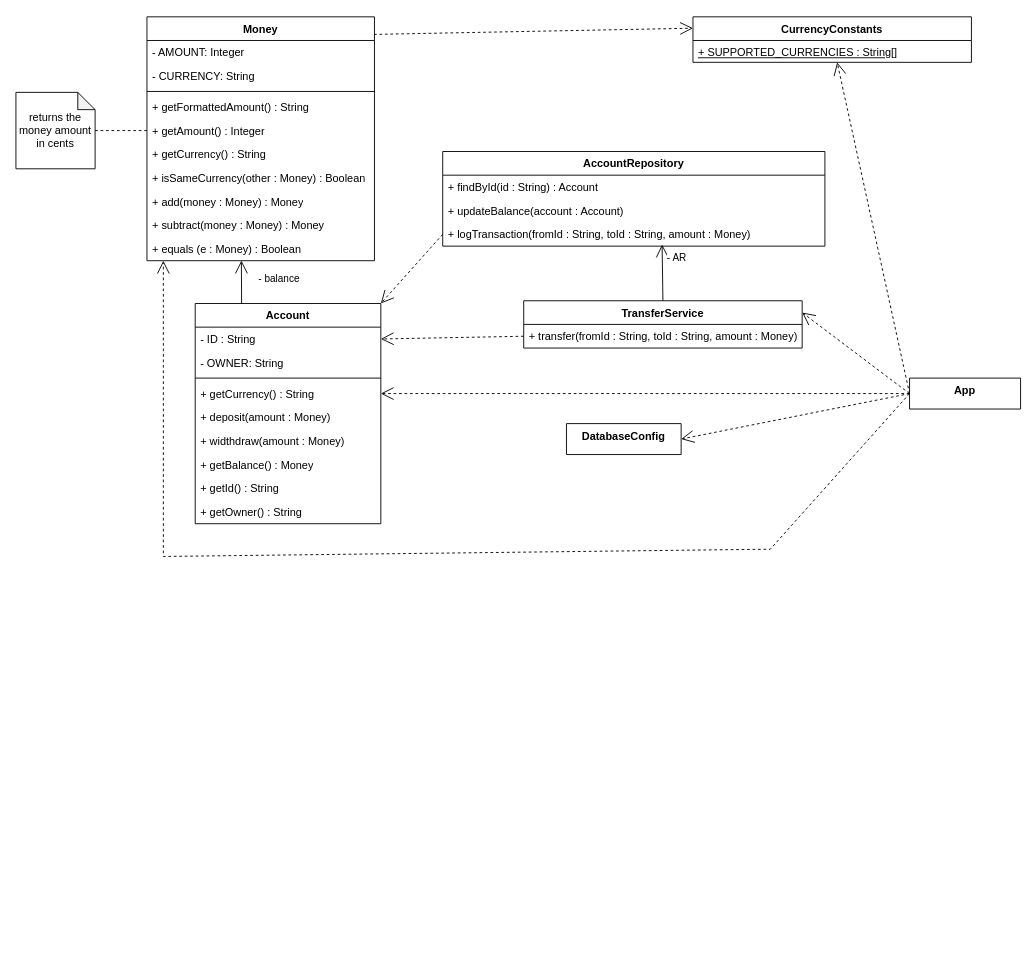
The draw.io diagram lab 4 - ValueObject/IB.drawio in solovozer/-2, before the edit. Source tidied: cells renumbered, new cells numbered last; positions are measured from the earlier drawing's top-left corner, leaving out a move shared by most shapes. Both pictures are drawn from the tidied source at 91%, with x=0, y=0 at pixel (15, 16).
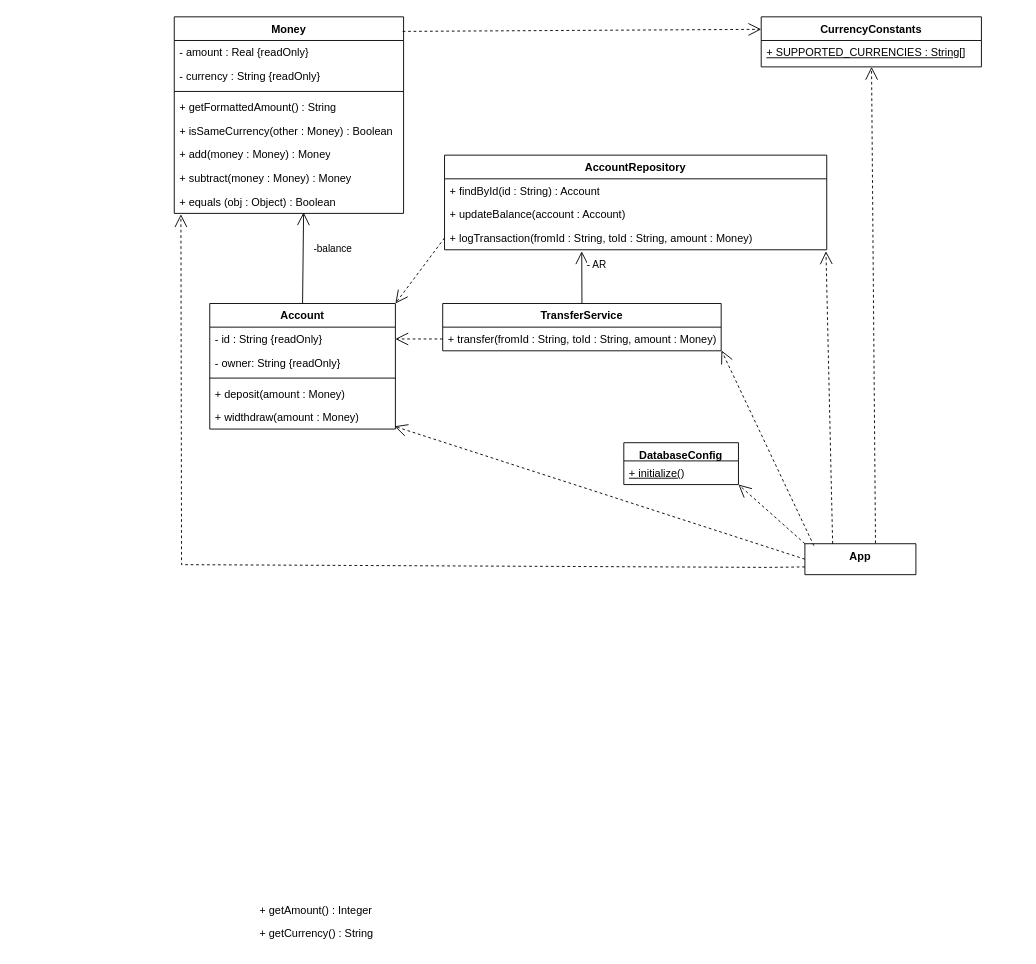
The same page after the edit.

The change refers to these unchanged cells:
```xml
<mxCell id="26" value="+ logTransaction(fromId : String, toId : String, amount : Money)" style="text;strokeColor=none;fillColor=none;align=left;verticalAlign=top;spacingLeft=4;spacingRight=4;overflow=hidden;points=[[0,0.5],[1,0.5]];portConstraint=eastwest;whiteSpace=wrap;html=1;" parent="23" vertex="1">
  <mxGeometry y="78" width="420" height="26" as="geometry" />
</mxCell>
<mxCell id="28" value="+ transfer(fromId : String, toId : String, amount : Money)" style="text;strokeColor=none;fillColor=none;align=left;verticalAlign=top;spacingLeft=4;spacingRight=4;overflow=hidden;points=[[0,0.5],[1,0.5]];portConstraint=eastwest;whiteSpace=wrap;html=1;" parent="27" vertex="1">
  <mxGeometry y="26" width="306" height="26" as="geometry" />
</mxCell>
```

The edit, as a diff of the source:
```diff
@@
     <mxCell id="2" value="Money" style="swimlane;fontStyle=1;align=center;verticalAlign=top;horizontal=1;startSize=26;whiteSpace=wrap;html=1;" parent="1" vertex="1">
-      <mxGeometry x="144" width="250" height="268" as="geometry" />
+      <mxGeometry x="174" width="252" height="216" as="geometry" />
     </mxCell>
-    <mxCell id="3" value="- AMOUNT: Integer&amp;nbsp;" style="text;strokeColor=none;fillColor=none;align=left;verticalAlign=top;spacingLeft=4;spacingRight=4;overflow=hidden;whiteSpace=wrap;html=1;fontStyle=0;" parent="2" vertex="1">
-      <mxGeometry y="26" width="250" height="26" as="geometry" />
+    <mxCell id="3" value="- amount : Real {readOnly}" style="text;strokeColor=none;fillColor=none;align=left;verticalAlign=top;spacingLeft=4;spacingRight=4;overflow=hidden;whiteSpace=wrap;html=1;fontStyle=0;" parent="2" vertex="1">
+      <mxGeometry y="26" width="252" height="26" as="geometry" />
     </mxCell>
-    <mxCell id="4" value="- CURRENCY: String" style="text;strokeColor=none;fillColor=none;align=left;verticalAlign=top;spacingLeft=4;spacingRight=4;overflow=hidden;whiteSpace=wrap;html=1;fontStyle=0;" parent="2" vertex="1">
-      <mxGeometry y="52" width="250" height="26" as="geometry" />
+    <mxCell id="4" value="-&amp;nbsp;&lt;span style=&quot;background-color: transparent; color: light-dark(rgb(0, 0, 0), rgb(255, 255, 255));&quot;&gt;currency&amp;nbsp;&lt;/span&gt;&lt;span style=&quot;background-color: transparent; color: light-dark(rgb(0, 0, 0), rgb(255, 255, 255));&quot;&gt;: String&lt;/span&gt;&amp;nbsp;{readOnly}" style="text;strokeColor=none;fillColor=none;align=left;verticalAlign=top;spacingLeft=4;spacingRight=4;overflow=hidden;whiteSpace=wrap;html=1;fontStyle=0;" parent="2" vertex="1">
+      <mxGeometry y="52" width="252" height="26" as="geometry" />
     </mxCell>
     <mxCell id="5" style="line;strokeWidth=1;fillColor=none;align=left;verticalAlign=middle;spacingTop=-1;spacingLeft=3;spacingRight=3;labelPosition=right;strokeColor=inherit;" parent="2" vertex="1">
-      <mxGeometry y="78" width="250" height="8" as="geometry" />
+      <mxGeometry y="78" width="252" height="8" as="geometry" />
     </mxCell>
     <mxCell id="6" value="+ getFormattedAmount() : String" style="text;strokeColor=none;fillColor=none;align=left;verticalAlign=top;spacingLeft=4;spacingRight=4;overflow=hidden;whiteSpace=wrap;html=1;" parent="2" vertex="1">
-      <mxGeometry y="86" width="250" height="26" as="geometry" />
+      <mxGeometry y="86" width="252" height="26" as="geometry" />
     </mxCell>
-    <mxCell id="7" value="+ getAmount() : Integer" style="text;strokeColor=none;fillColor=none;align=left;verticalAlign=top;spacingLeft=4;spacingRight=4;overflow=hidden;points=[[0,0.5],[1,0.5]];portConstraint=eastwest;whiteSpace=wrap;html=1;" parent="2" vertex="1">
-      <mxGeometry y="112" width="250" height="26" as="geometry" />
-    </mxCell>
-    <mxCell id="8" value="+ getCurrency() : String" style="text;strokeColor=none;fillColor=none;align=left;verticalAlign=top;spacingLeft=4;spacingRight=4;overflow=hidden;whiteSpace=wrap;html=1;" parent="2" vertex="1">
-      <mxGeometry y="138" width="250" height="26" as="geometry" />
-    </mxCell>
     <mxCell id="9" value="+ isSameCurrency(other : Money) : Boolean" style="text;strokeColor=none;fillColor=none;align=left;verticalAlign=top;spacingLeft=4;spacingRight=4;overflow=hidden;whiteSpace=wrap;html=1;" parent="2" vertex="1">
-      <mxGeometry y="164" width="250" height="26" as="geometry" />
+      <mxGeometry y="112" width="252" height="26" as="geometry" />
     </mxCell>
     <mxCell id="10" value="+ add(money : Money) : Money" style="text;strokeColor=none;fillColor=none;align=left;verticalAlign=top;spacingLeft=4;spacingRight=4;overflow=hidden;whiteSpace=wrap;html=1;" parent="2" vertex="1">
-      <mxGeometry y="190" width="250" height="26" as="geometry" />
+      <mxGeometry y="138" width="252" height="26" as="geometry" />
     </mxCell>
     <mxCell id="11" value="+ subtract(money : Money) : Money" style="text;strokeColor=none;fillColor=none;align=left;verticalAlign=top;spacingLeft=4;spacingRight=4;overflow=hidden;whiteSpace=wrap;html=1;" parent="2" vertex="1">
-      <mxGeometry y="216" width="250" height="26" as="geometry" />
+      <mxGeometry y="164" width="252" height="26" as="geometry" />
     </mxCell>
-    <mxCell id="12" value="+ equals (e : Money) : Boolean" style="text;strokeColor=none;fillColor=none;align=left;verticalAlign=top;spacingLeft=4;spacingRight=4;overflow=hidden;points=[[0,0.5],[1,0.5]];portConstraint=eastwest;whiteSpace=wrap;html=1;" parent="2" vertex="1">
-      <mxGeometry y="242" width="250" height="26" as="geometry" />
+    <mxCell id="12" value="+ equals (obj : Object) : Boolean" style="text;strokeColor=none;fillColor=none;align=left;verticalAlign=top;spacingLeft=4;spacingRight=4;overflow=hidden;points=[[0,0.5],[1,0.5]];portConstraint=eastwest;whiteSpace=wrap;html=1;" parent="2" vertex="1">
+      <mxGeometry y="190" width="252" height="26" as="geometry" />
     </mxCell>
     <mxCell id="13" value="Account" style="swimlane;fontStyle=1;align=center;verticalAlign=top;horizontal=1;startSize=26;whiteSpace=wrap;html=1;" parent="1" vertex="1">
-      <mxGeometry x="197" y="315" width="204" height="242" as="geometry" />
+      <mxGeometry x="213" y="315" width="204" height="138" as="geometry" />
     </mxCell>
-    <mxCell id="14" value="- ID : String" style="text;strokeColor=none;fillColor=none;align=left;verticalAlign=top;spacingLeft=4;spacingRight=4;overflow=hidden;points=[[0,0.5],[1,0.5]];portConstraint=eastwest;whiteSpace=wrap;html=1;fontStyle=0;" parent="13" vertex="1">
+    <mxCell id="14" value="- id : String&amp;nbsp;{readOnly}" style="text;strokeColor=none;fillColor=none;align=left;verticalAlign=top;spacingLeft=4;spacingRight=4;overflow=hidden;points=[[0,0.5],[1,0.5]];portConstraint=eastwest;whiteSpace=wrap;html=1;fontStyle=0;" parent="13" vertex="1">
       <mxGeometry y="26" width="204" height="26" as="geometry" />
     </mxCell>
-    <mxCell id="15" value="- OWNER: String" style="text;strokeColor=none;fillColor=none;align=left;verticalAlign=top;spacingLeft=4;spacingRight=4;overflow=hidden;whiteSpace=wrap;html=1;fontStyle=0;" parent="13" vertex="1">
+    <mxCell id="15" value="- owner: String&amp;nbsp;{readOnly}" style="text;strokeColor=none;fillColor=none;align=left;verticalAlign=top;spacingLeft=4;spacingRight=4;overflow=hidden;whiteSpace=wrap;html=1;fontStyle=0;" parent="13" vertex="1">
       <mxGeometry y="52" width="204" height="26" as="geometry" />
     </mxCell>
@@
-    <mxCell id="17" value="+ getCurrency() : String" style="text;strokeColor=none;fillColor=none;align=left;verticalAlign=top;spacingLeft=4;spacingRight=4;overflow=hidden;points=[[0,0.5],[1,0.5]];portConstraint=eastwest;whiteSpace=wrap;html=1;" parent="13" vertex="1">
-      <mxGeometry y="86" width="204" height="26" as="geometry" />
-    </mxCell>
     <mxCell id="18" value="+ deposit(amount : Money)" style="text;strokeColor=none;fillColor=none;align=left;verticalAlign=top;spacingLeft=4;spacingRight=4;overflow=hidden;whiteSpace=wrap;html=1;" parent="13" vertex="1">
-      <mxGeometry y="112" width="204" height="26" as="geometry" />
+      <mxGeometry y="86" width="204" height="26" as="geometry" />
     </mxCell>
     <mxCell id="19" value="+ widthdraw(amount : Money)" style="text;strokeColor=none;fillColor=none;align=left;verticalAlign=top;spacingLeft=4;spacingRight=4;overflow=hidden;whiteSpace=wrap;html=1;" parent="13" vertex="1">
-      <mxGeometry y="138" width="204" height="26" as="geometry" />
+      <mxGeometry y="112" width="204" height="26" as="geometry" />
     </mxCell>
-    <mxCell id="20" value="+ getBalance() : Money" style="text;strokeColor=none;fillColor=none;align=left;verticalAlign=top;spacingLeft=4;spacingRight=4;overflow=hidden;whiteSpace=wrap;html=1;" parent="13" vertex="1">
-      <mxGeometry y="164" width="204" height="26" as="geometry" />
-    </mxCell>
-    <mxCell id="21" value="+ getId() : String" style="text;strokeColor=none;fillColor=none;align=left;verticalAlign=top;spacingLeft=4;spacingRight=4;overflow=hidden;whiteSpace=wrap;html=1;" parent="13" vertex="1">
-      <mxGeometry y="190" width="204" height="26" as="geometry" />
-    </mxCell>
-    <mxCell id="22" value="+ getOwner() : String" style="text;strokeColor=none;fillColor=none;align=left;verticalAlign=top;spacingLeft=4;spacingRight=4;overflow=hidden;whiteSpace=wrap;html=1;" parent="13" vertex="1">
-      <mxGeometry y="216" width="204" height="26" as="geometry" />
-    </mxCell>
     <mxCell id="23" value="AccountRepository" style="swimlane;fontStyle=1;align=center;verticalAlign=top;horizontal=1;startSize=26;whiteSpace=wrap;html=1;" parent="1" vertex="1">
-      <mxGeometry x="469" y="148" width="420" height="104" as="geometry" />
+      <mxGeometry x="471" y="152" width="420" height="104" as="geometry" />
     </mxCell>
@@
     <mxCell id="27" value="TransferService" style="swimlane;fontStyle=1;align=center;verticalAlign=top;horizontal=1;startSize=26;whiteSpace=wrap;html=1;" parent="1" vertex="1">
-      <mxGeometry x="558" y="312" width="306" height="52" as="geometry" />
+      <mxGeometry x="469" y="315" width="306" height="52" as="geometry" />
     </mxCell>
@@
     <mxCell id="29" value="App" style="swimlane;fontStyle=1;align=center;verticalAlign=top;horizontal=1;startSize=34;whiteSpace=wrap;html=1;" parent="1" vertex="1">
-      <mxGeometry x="982" y="397" width="122" height="34" as="geometry" />
+      <mxGeometry x="867" y="579" width="122" height="34" as="geometry" />
     </mxCell>
-    <mxCell id="30" value="DatabaseConfig" style="swimlane;fontStyle=1;align=center;verticalAlign=top;horizontal=1;startSize=34;whiteSpace=wrap;html=1;" parent="1" vertex="1">
-      <mxGeometry x="605" y="447" width="126" height="34" as="geometry" />
+    <mxCell id="30" value="DatabaseConfig" style="swimlane;fontStyle=1;align=center;verticalAlign=top;horizontal=1;startSize=20;whiteSpace=wrap;html=1;" parent="1" vertex="1">
+      <mxGeometry x="668" y="468" width="126" height="46" as="geometry" />
     </mxCell>
-    <mxCell id="31" style="edgeStyle=orthogonalEdgeStyle;rounded=0;jettySize=auto;html=1;endArrow=none;startFill=0;dashed=1;" parent="1" edge="1" source="32" target="7">
-      <mxGeometry relative="1" as="geometry" />
-    </mxCell>
-    <mxCell id="32" value="returns the money amount in cents" style="shape=note;whiteSpace=wrap;html=1;backgroundOutline=1;darkOpacity=0.05;size=19;" parent="1" vertex="1">
-      <mxGeometry y="83" width="87" height="84" as="geometry" />
-    </mxCell>
+    <mxCell id="45" value="&lt;u&gt;+ initialize()&lt;/u&gt;" style="text;strokeColor=none;fillColor=none;align=left;verticalAlign=top;spacingLeft=4;spacingRight=4;overflow=hidden;whiteSpace=wrap;html=1;fontStyle=0;" parent="30" vertex="1">
+      <mxGeometry y="20" width="126" height="26" as="geometry" />
+    </mxCell>
-    <mxCell id="33" style="endArrow=open;endFill=1;endSize=12;html=1;rounded=0;exitX=0;exitY=0.5;exitDx=0;exitDy=0;entryX=1;entryY=0.5;entryDx=0;entryDy=0;dashed=1;" parent="1" edge="1" source="29" target="30">
+    <mxCell id="33" style="endArrow=open;endFill=1;endSize=12;html=1;rounded=0;exitX=0;exitY=0;exitDx=0;exitDy=0;entryX=1;entryY=1;entryDx=0;entryDy=0;dashed=1;" parent="1" edge="1" source="29" target="30">
       <mxGeometry relative="1" as="geometry" />
     </mxCell>
-    <mxCell id="34" style="endArrow=open;endFill=1;endSize=12;html=1;rounded=0;exitX=0;exitY=0.5;exitDx=0;exitDy=0;entryX=1;entryY=0.25;entryDx=0;entryDy=0;dashed=1;" parent="1" edge="1" source="29" target="27">
+    <mxCell id="34" style="endArrow=open;endFill=1;endSize=12;html=1;rounded=0;exitX=0.25;exitY=0;exitDx=0;exitDy=0;entryX=0.998;entryY=1.063;entryDx=0;entryDy=0;dashed=1;entryPerimeter=0;" parent="1" edge="1" source="29" target="26">
       <mxGeometry relative="1" as="geometry" />
     </mxCell>
-    <mxCell id="35" value="- AR" style="endArrow=open;endFill=1;endSize=12;html=1;rounded=0;exitX=0.5;exitY=0;exitDx=0;exitDy=0;entryX=0.574;entryY=0.931;entryDx=0;entryDy=0;entryPerimeter=0;" parent="1" edge="1" source="27" target="26">
+    <mxCell id="35" value="- AR" style="endArrow=open;endFill=1;endSize=12;html=1;rounded=0;exitX=0.5;exitY=0;exitDx=0;exitDy=0;entryX=0.359;entryY=1.063;entryDx=0;entryDy=0;entryPerimeter=0;" parent="1" edge="1" source="27" target="26">
       <mxGeometry x="0.51" y="-16" relative="1" as="geometry" />
     </mxCell>
@@
-    <mxCell id="37" value="- balance" style="endArrow=open;endFill=1;endSize=12;html=1;rounded=0;exitX=0.25;exitY=0;exitDx=0;exitDy=0;entryX=0.415;entryY=0.992;entryDx=0;entryDy=0;entryPerimeter=0;" parent="1" edge="1" source="13" target="12">
-      <mxGeometry x="0.16" y="-41" relative="1" as="geometry" />
+    <mxCell id="37" value="-balance" style="endArrow=open;endFill=1;endSize=12;html=1;rounded=0;exitX=0.5;exitY=0;exitDx=0;exitDy=0;entryX=0.564;entryY=0.955;entryDx=0;entryDy=0;entryPerimeter=0;" parent="1" edge="1" source="13" target="12">
+      <mxGeometry x="0.2" y="-32" relative="1" as="geometry" />
     </mxCell>
-    <mxCell id="38" style="endArrow=open;endFill=1;endSize=12;html=1;rounded=0;exitX=0;exitY=0.5;exitDx=0;exitDy=0;entryX=1;entryY=0.5;entryDx=0;entryDy=0;dashed=1;" parent="1" edge="1" source="29" target="17">
-      <mxGeometry relative="1" as="geometry" />
+    <mxCell id="38" style="endArrow=open;endFill=1;endSize=12;html=1;rounded=0;exitX=0;exitY=0.5;exitDx=0;exitDy=0;dashed=1;" parent="1" edge="1" source="29">
+      <mxGeometry relative="1" as="geometry">
+        <mxPoint x="416" y="450" as="targetPoint" />
+      </mxGeometry>
     </mxCell>
-    <mxCell id="39" style="endArrow=open;endFill=1;endSize=12;html=1;rounded=0;exitX=0;exitY=0.5;exitDx=0;exitDy=0;dashed=1;" parent="1" edge="1" source="29">
+    <mxCell id="39" style="endArrow=open;endFill=1;endSize=12;html=1;rounded=0;exitX=0;exitY=0.75;exitDx=0;exitDy=0;dashed=1;entryX=0.029;entryY=1.036;entryDx=0;entryDy=0;entryPerimeter=0;" parent="1" edge="1" source="29" target="12">
       <mxGeometry relative="1" as="geometry">
-        <mxPoint x="162" y="268" as="targetPoint" />
         <Array as="points">
-          <mxPoint x="829" y="585" />
-          <mxPoint x="162" y="593" />
+          <mxPoint x="825" y="605" />
+          <mxPoint x="182" y="602" />
         </Array>
       </mxGeometry>
     </mxCell>
     <mxCell id="40" value="CurrencyConstants" style="swimlane;fontStyle=1;align=center;verticalAlign=top;horizontal=1;startSize=26;whiteSpace=wrap;html=1;" parent="1" vertex="1">
-      <mxGeometry x="744" width="306" height="50" as="geometry" />
+      <mxGeometry x="819" width="242" height="55" as="geometry" />
     </mxCell>
     <mxCell id="41" value="&lt;u&gt;+ SUPPORTED_CURRENCIES : String[]&lt;/u&gt;" style="text;strokeColor=none;fillColor=none;align=left;verticalAlign=top;spacingLeft=4;spacingRight=4;overflow=hidden;whiteSpace=wrap;html=1;" parent="40" vertex="1">
-      <mxGeometry y="26" width="306" height="24" as="geometry" />
+      <mxGeometry y="26" width="242" height="29" as="geometry" />
     </mxCell>
-    <mxCell id="42" style="endArrow=open;endFill=1;endSize=12;html=1;rounded=0;exitX=0;exitY=0.5;exitDx=0;exitDy=0;dashed=1;" parent="1" edge="1" source="29" target="40">
+    <mxCell id="42" style="endArrow=open;endFill=1;endSize=12;html=1;rounded=0;exitX=0.636;exitY=-0.016;exitDx=0;exitDy=0;dashed=1;exitPerimeter=0;" parent="1" edge="1" source="29" target="40">
       <mxGeometry relative="1" as="geometry" />
     </mxCell>
-    <mxCell id="43" style="endArrow=open;endFill=1;endSize=12;html=1;rounded=0;exitX=0.998;exitY=0.072;exitDx=0;exitDy=0;dashed=1;exitPerimeter=0;entryX=0;entryY=0.25;entryDx=0;entryDy=0;" parent="1" edge="1" source="2" target="40">
-      <mxGeometry relative="1" as="geometry" />
+    <mxCell id="43" style="endArrow=open;endFill=1;endSize=12;html=1;rounded=0;dashed=1;entryX=0;entryY=0.25;entryDx=0;entryDy=0;" parent="1" edge="1" target="40">
+      <mxGeometry relative="1" as="geometry">
+        <mxPoint x="425" y="16" as="sourcePoint" />
+      </mxGeometry>
     </mxCell>
@@
+    <mxCell id="46" style="endArrow=open;endFill=1;endSize=12;html=1;rounded=0;exitX=0.081;exitY=0.064;exitDx=0;exitDy=0;entryX=1.001;entryY=0.984;entryDx=0;entryDy=0;dashed=1;entryPerimeter=0;exitPerimeter=0;" parent="1" edge="1" source="29" target="28">
+      <mxGeometry relative="1" as="geometry" />
+    </mxCell>
+    <mxCell id="7" value="+ getAmount() : Integer" style="text;strokeColor=none;fillColor=none;align=left;verticalAlign=top;spacingLeft=4;spacingRight=4;overflow=hidden;points=[[0,0.5],[1,0.5]];portConstraint=eastwest;whiteSpace=wrap;html=1;" parent="1" vertex="1">
+      <mxGeometry x="262" y="968" width="250" height="26" as="geometry" />
+    </mxCell>
+    <mxCell id="47" value="+ getCurrency() : String" style="text;strokeColor=none;fillColor=none;align=left;verticalAlign=top;spacingLeft=4;spacingRight=4;overflow=hidden;whiteSpace=wrap;html=1;" parent="1" vertex="1">
+      <mxGeometry x="262" y="994" width="250" height="26" as="geometry" />
+    </mxCell>
```
